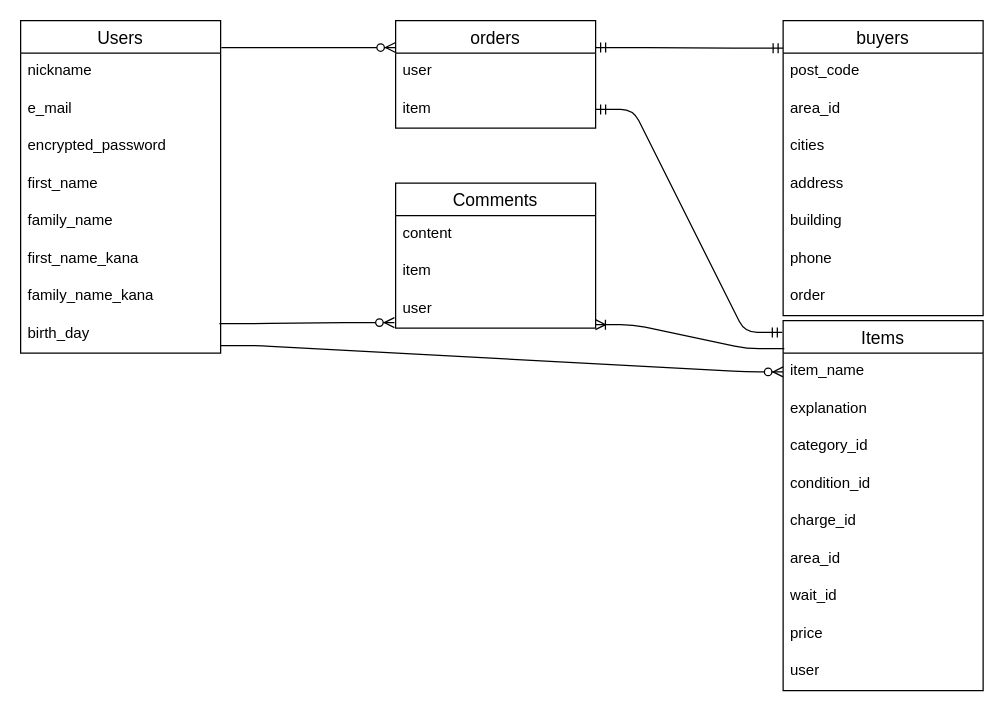
Earlier version of the draw.io diagram ER.dio (TercoTuckerd/furima-39761). Source tidied: cells renumbered, new cells numbered last; positions are measured from the earlier drawing's top-left corner, leaving out a move shared by most shapes. Both pictures are drawn from the tidied source at 125%, with x=0, y=0 at pixel (20, 20).
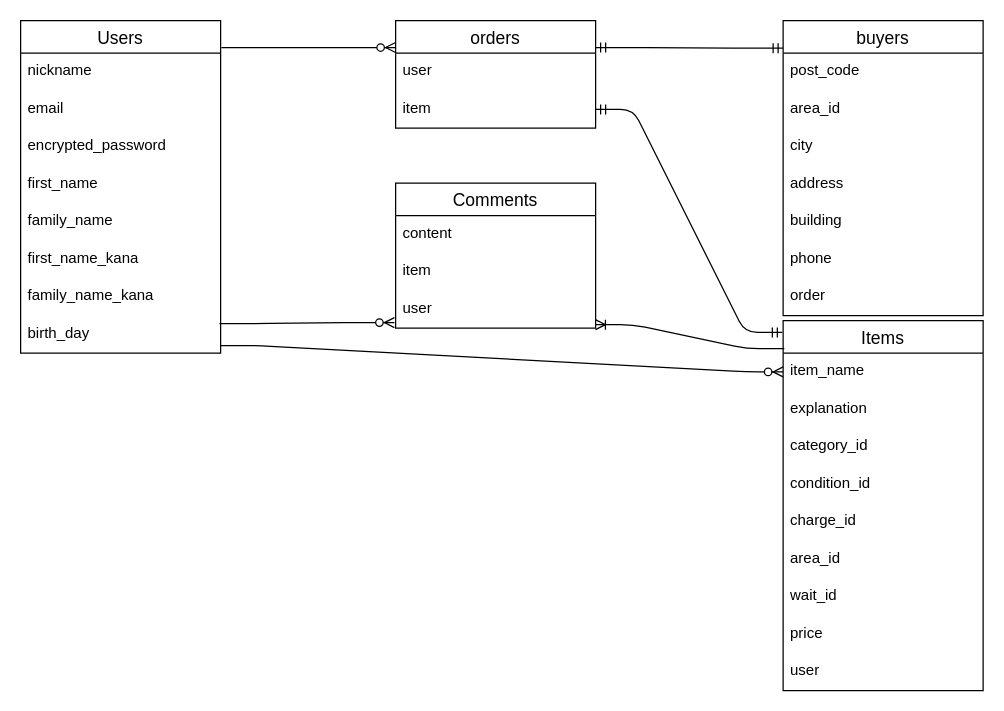
The same diagram, later.

The change refers to these unchanged cells:
```xml
<mxCell id="2" value="Users" style="swimlane;fontStyle=0;horizontal=1;startSize=26;align=center;fontSize=14;" parent="1" vertex="1">
  <mxGeometry width="160" height="266" as="geometry" />
</mxCell>
<mxCell id="25" value="buyers" style="swimlane;fontStyle=0;horizontal=1;startSize=26;align=center;fontSize=14;" parent="1" vertex="1">
  <mxGeometry x="610" width="160" height="236" as="geometry" />
</mxCell>
```

What changed in the source:
```diff
@@
-    <mxCell id="4" value="e_mail" style="text;strokeColor=none;fillColor=none;spacingLeft=4;spacingRight=4;overflow=hidden;fontSize=12;" parent="2" vertex="1">
+    <mxCell id="4" value="email" style="text;strokeColor=none;fillColor=none;spacingLeft=4;spacingRight=4;overflow=hidden;fontSize=12;" parent="2" vertex="1">
       <mxGeometry y="56" width="160" height="30" as="geometry" />
     </mxCell>
@@
-    <mxCell id="28" value="cities" style="text;strokeColor=none;fillColor=none;spacingLeft=4;spacingRight=4;overflow=hidden;fontSize=12;" parent="25" vertex="1">
+    <mxCell id="28" value="city" style="text;strokeColor=none;fillColor=none;spacingLeft=4;spacingRight=4;overflow=hidden;fontSize=12;" parent="25" vertex="1">
       <mxGeometry y="86" width="160" height="30" as="geometry" />
     </mxCell>
```
